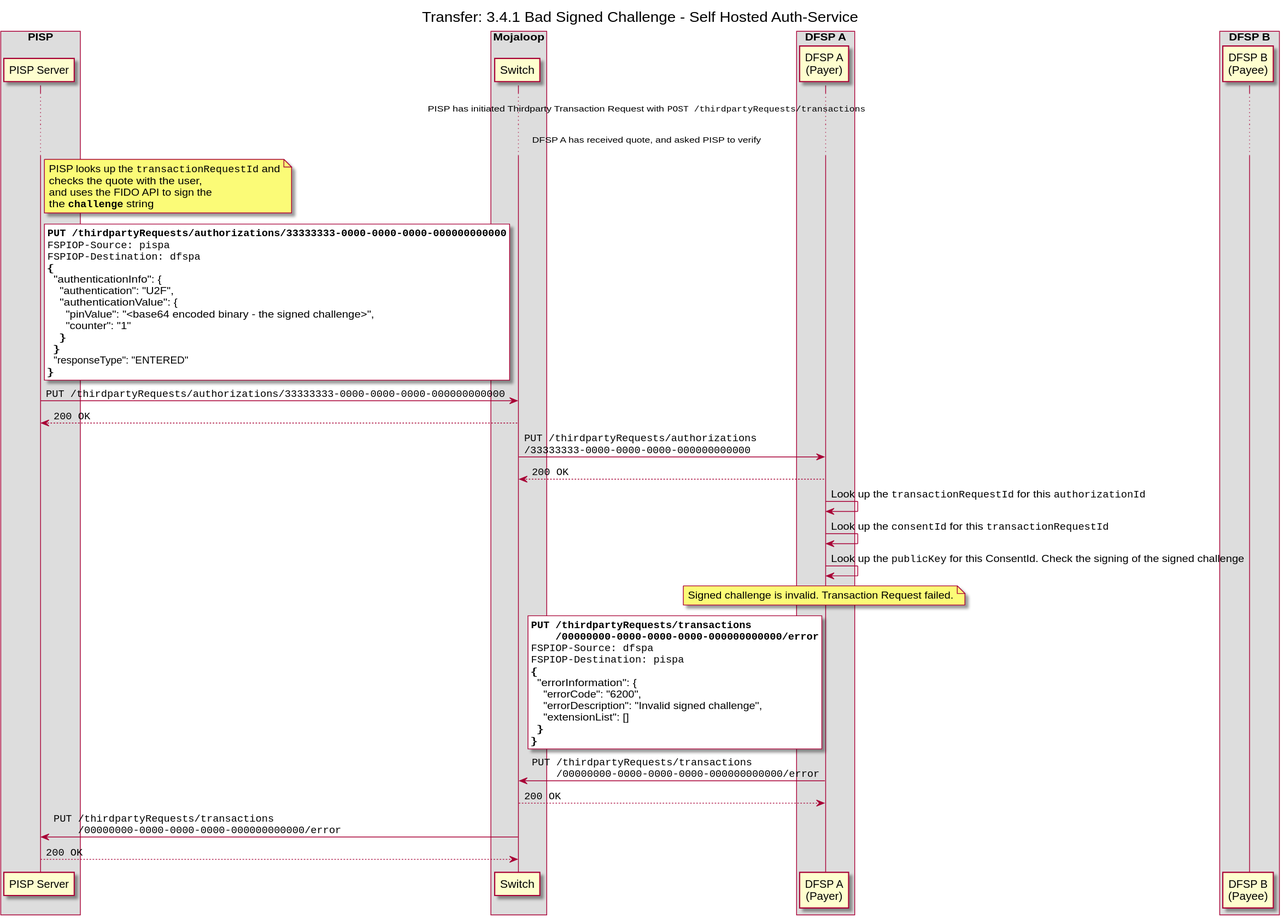
Before: docs/out/transfer/3-4-1-bad-signed-challenge-self-hosted.svg, a diagram exported from PlantUML (mojaloop/pisp-project). Its source is kept beside it as docs/transfer/3-4-1-bad-signed-challenge-self-hosted.puml.
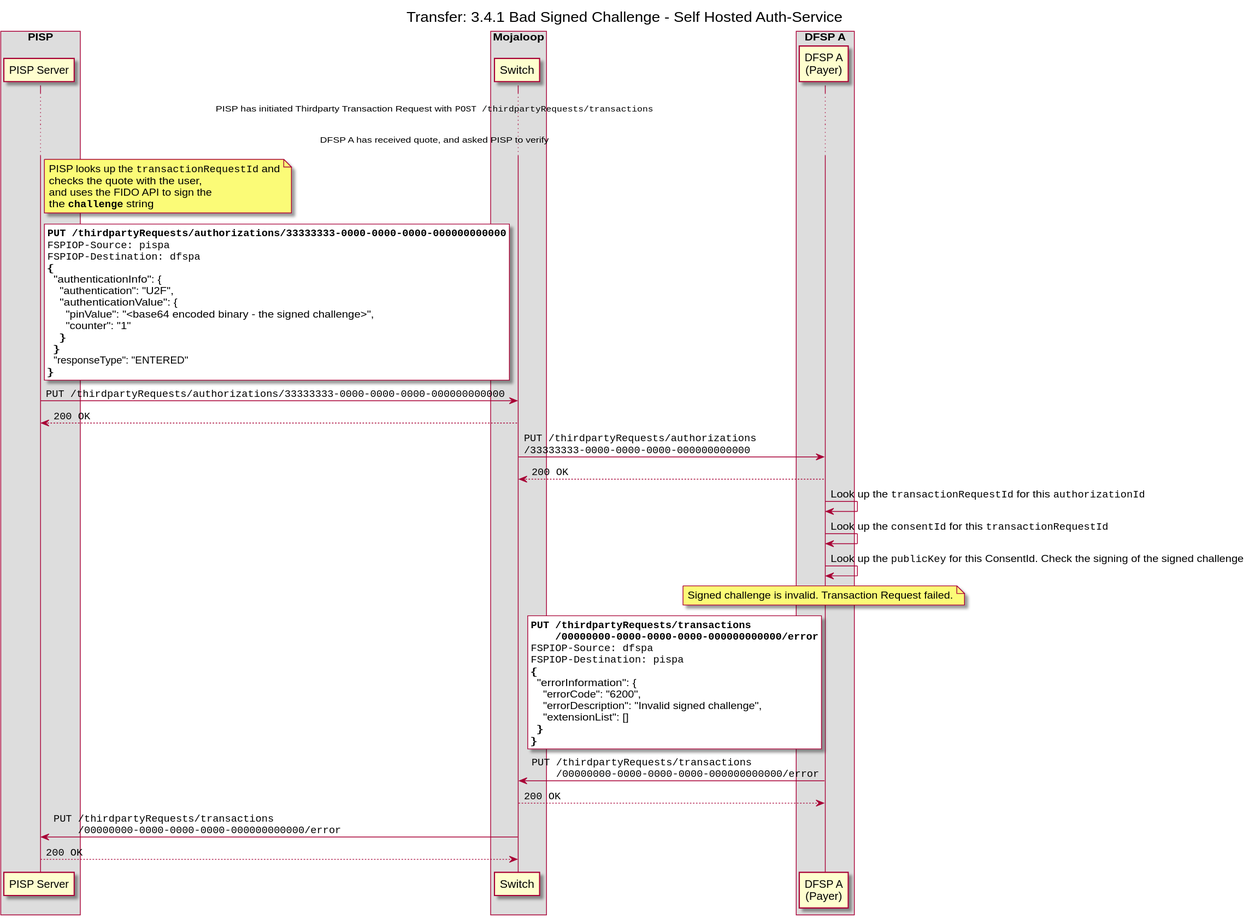
The same file after the commit.

Diff of the diagram source:
```diff
@@ -11,9 +11,6 @@
 end box
 box "DFSP A"
     participant "DFSP A\n(Payer)" as D2
-end box
-box "DFSP B"
-    participant "DFSP B\n(Payee)" as D3
 end box
 
 ... PISP has initiated Thirdparty Transaction Request with ""POST /thirdpartyRequests/transactions""...
```
